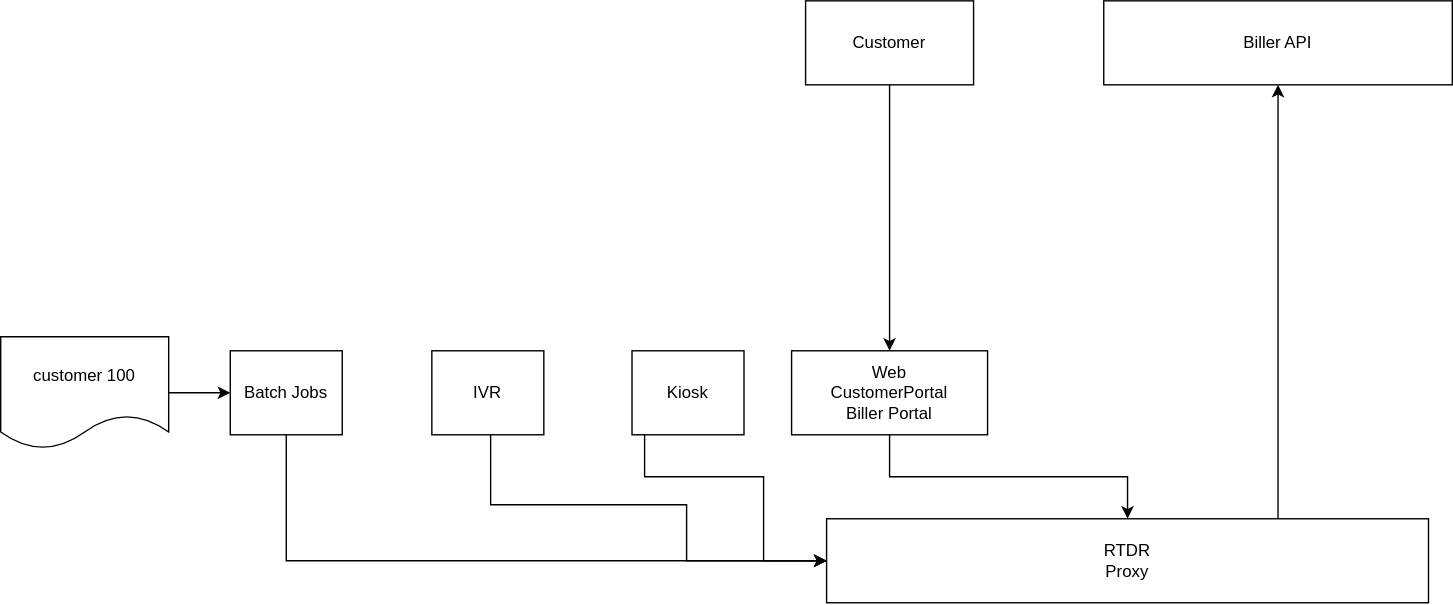
Before: rtdr.svg, a diagram exported from draw.io (vjavle/invoicecloud). Source tidied: cells renumbered, new cells last; positions are measured from the earlier drawing's top-left corner, leaving out a move shared by most shapes. Source of this version:
```xml
<mxGraphModel>
  <root>
    <mxCell id="0" />
    <mxCell id="1" parent="0" />
    <mxCell id="2" style="edgeStyle=orthogonalEdgeStyle;rounded=0;jettySize=auto;html=1;" parent="1" edge="1" source="3" target="4">
      <mxGeometry relative="1" as="geometry" />
    </mxCell>
    <mxCell id="3" value="Web&lt;br&gt;CustomerPortal&lt;br&gt;Biller Portal" style="rounded=0;whiteSpace=wrap;html=1;" parent="1" vertex="1">
      <mxGeometry x="565" y="250" width="140" height="60" as="geometry" />
    </mxCell>
    <mxCell id="4" value="RTDR&lt;br&gt;Proxy" style="rounded=0;whiteSpace=wrap;html=1;" parent="1" vertex="1">
      <mxGeometry x="590" y="370" width="430" height="60" as="geometry" />
    </mxCell>
    <mxCell id="5" style="edgeStyle=orthogonalEdgeStyle;rounded=0;jettySize=auto;html=1;entryX=0.75;entryY=0;entryDx=0;entryDy=0;startArrow=classic;startFill=1;endArrow=none;endFill=0;" parent="1" edge="1" source="6" target="4">
      <mxGeometry relative="1" as="geometry" />
    </mxCell>
    <mxCell id="6" value="Biller API" style="rounded=0;whiteSpace=wrap;html=1;" parent="1" vertex="1">
      <mxGeometry x="788" width="249" height="60" as="geometry" />
    </mxCell>
    <mxCell id="7" style="edgeStyle=orthogonalEdgeStyle;rounded=0;jettySize=auto;html=1;startArrow=none;startFill=0;endArrow=classic;endFill=1;" parent="1" edge="1" source="8" target="3">
      <mxGeometry relative="1" as="geometry" />
    </mxCell>
    <mxCell id="8" value="Customer" style="rounded=0;whiteSpace=wrap;html=1;" parent="1" vertex="1">
      <mxGeometry x="575" width="120" height="60" as="geometry" />
    </mxCell>
    <mxCell id="9" style="edgeStyle=orthogonalEdgeStyle;rounded=0;jettySize=auto;html=1;entryX=0;entryY=0.5;entryDx=0;entryDy=0;startArrow=none;startFill=0;endArrow=classic;endFill=1;" parent="1" edge="1" source="10" target="4">
      <mxGeometry relative="1" as="geometry">
        <Array as="points">
          <mxPoint x="350" y="360" />
          <mxPoint x="490" y="360" />
          <mxPoint x="490" y="400" />
        </Array>
      </mxGeometry>
    </mxCell>
    <mxCell id="10" value="IVR" style="rounded=0;whiteSpace=wrap;html=1;" parent="1" vertex="1">
      <mxGeometry x="308" y="250" width="80" height="60" as="geometry" />
    </mxCell>
    <mxCell id="11" style="edgeStyle=orthogonalEdgeStyle;rounded=0;jettySize=auto;html=1;entryX=0;entryY=0.5;entryDx=0;entryDy=0;startArrow=none;startFill=0;endArrow=classic;endFill=1;" parent="1" edge="1" source="12" target="4">
      <mxGeometry relative="1" as="geometry">
        <Array as="points">
          <mxPoint x="460" y="340" />
          <mxPoint x="545" y="340" />
          <mxPoint x="545" y="400" />
        </Array>
      </mxGeometry>
    </mxCell>
    <mxCell id="12" value="Kiosk" style="rounded=0;whiteSpace=wrap;html=1;" parent="1" vertex="1">
      <mxGeometry x="451" y="250" width="80" height="60" as="geometry" />
    </mxCell>
    <mxCell id="13" style="edgeStyle=orthogonalEdgeStyle;rounded=0;jettySize=auto;html=1;entryX=0;entryY=0.5;entryDx=0;entryDy=0;startArrow=none;startFill=0;endArrow=classic;endFill=1;exitX=0.5;exitY=1;exitDx=0;exitDy=0;" parent="1" edge="1" source="14" target="4">
      <mxGeometry relative="1" as="geometry">
        <Array as="points">
          <mxPoint x="204" y="400" />
        </Array>
      </mxGeometry>
    </mxCell>
    <mxCell id="14" value="Batch Jobs" style="rounded=0;whiteSpace=wrap;html=1;" parent="1" vertex="1">
      <mxGeometry x="164" y="250" width="80" height="60" as="geometry" />
    </mxCell>
    <mxCell id="15" style="edgeStyle=orthogonalEdgeStyle;rounded=0;jettySize=auto;html=1;entryX=0;entryY=0.5;entryDx=0;entryDy=0;startArrow=none;startFill=0;endArrow=classic;endFill=1;" parent="1" edge="1" source="16" target="14">
      <mxGeometry relative="1" as="geometry" />
    </mxCell>
    <mxCell id="16" value="customer 100" style="shape=document;whiteSpace=wrap;html=1;boundedLbl=1;" parent="1" vertex="1">
      <mxGeometry y="240" width="120" height="80" as="geometry" />
    </mxCell>
  </root>
</mxGraphModel>
```
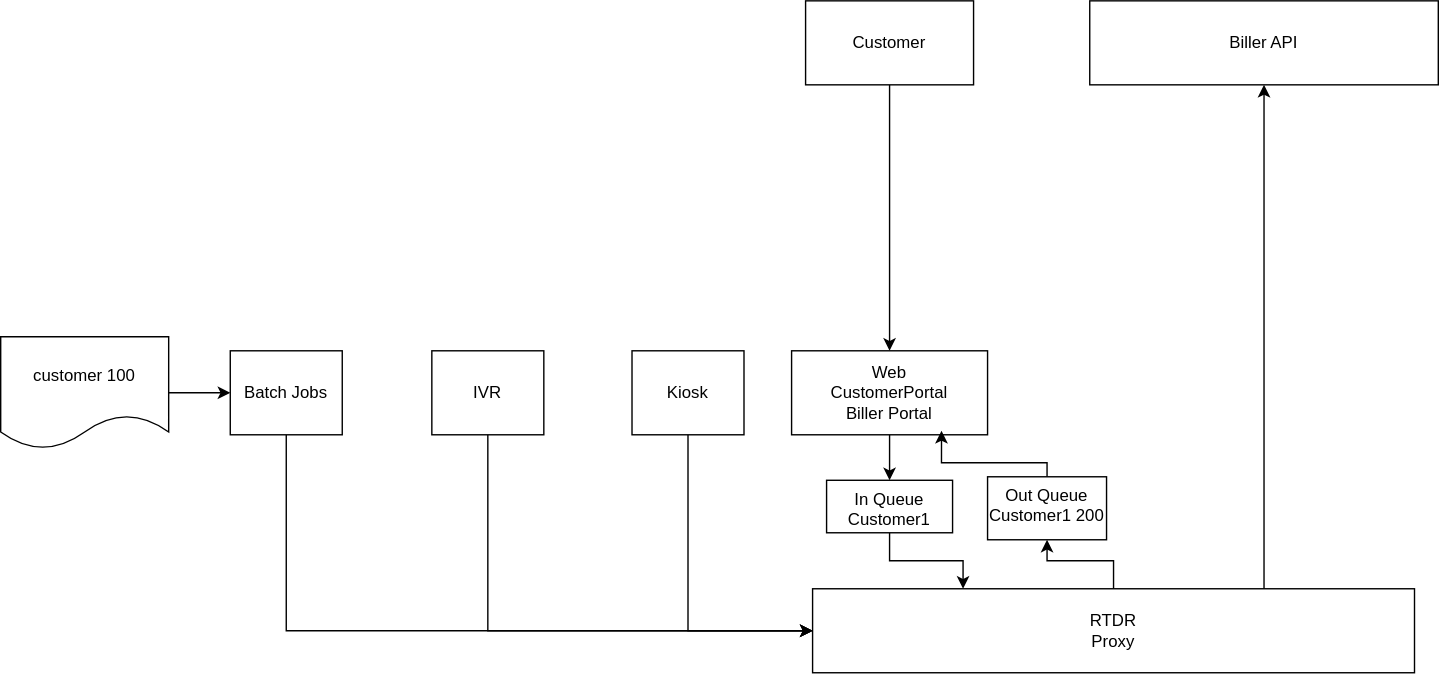
The same file after the commit.

What changed in the source:
```diff
@@ -2,20 +2,23 @@
   <root>
     <mxCell id="0" />
     <mxCell id="1" parent="0" />
-    <mxCell id="2" style="edgeStyle=orthogonalEdgeStyle;rounded=0;jettySize=auto;html=1;" parent="1" edge="1" source="3" target="4">
+    <mxCell id="2" style="edgeStyle=orthogonalEdgeStyle;rounded=0;jettySize=auto;html=1;" parent="1" edge="1" source="3" target="19">
       <mxGeometry relative="1" as="geometry" />
     </mxCell>
     <mxCell id="3" value="Web&lt;br&gt;CustomerPortal&lt;br&gt;Biller Portal" style="rounded=0;whiteSpace=wrap;html=1;" parent="1" vertex="1">
       <mxGeometry x="565" y="250" width="140" height="60" as="geometry" />
     </mxCell>
+    <mxCell id="17" style="edgeStyle=orthogonalEdgeStyle;rounded=0;jettySize=auto;html=1;startArrow=none;startFill=0;endArrow=classic;endFill=1;" parent="1" edge="1" source="4" target="21">
+      <mxGeometry relative="1" as="geometry" />
+    </mxCell>
     <mxCell id="4" value="RTDR&lt;br&gt;Proxy" style="rounded=0;whiteSpace=wrap;html=1;" parent="1" vertex="1">
-      <mxGeometry x="590" y="370" width="430" height="60" as="geometry" />
+      <mxGeometry x="580" y="420" width="430" height="60" as="geometry" />
     </mxCell>
     <mxCell id="5" style="edgeStyle=orthogonalEdgeStyle;rounded=0;jettySize=auto;html=1;entryX=0.75;entryY=0;entryDx=0;entryDy=0;startArrow=classic;startFill=1;endArrow=none;endFill=0;" parent="1" edge="1" source="6" target="4">
       <mxGeometry relative="1" as="geometry" />
     </mxCell>
     <mxCell id="6" value="Biller API" style="rounded=0;whiteSpace=wrap;html=1;" parent="1" vertex="1">
-      <mxGeometry x="788" width="249" height="60" as="geometry" />
+      <mxGeometry x="778" width="249" height="60" as="geometry" />
     </mxCell>
     <mxCell id="7" style="edgeStyle=orthogonalEdgeStyle;rounded=0;jettySize=auto;html=1;startArrow=none;startFill=0;endArrow=classic;endFill=1;" parent="1" edge="1" source="8" target="3">
       <mxGeometry relative="1" as="geometry" />
@@ -26,23 +29,15 @@
     <mxCell id="9" style="edgeStyle=orthogonalEdgeStyle;rounded=0;jettySize=auto;html=1;entryX=0;entryY=0.5;entryDx=0;entryDy=0;startArrow=none;startFill=0;endArrow=classic;endFill=1;" parent="1" edge="1" source="10" target="4">
       <mxGeometry relative="1" as="geometry">
         <Array as="points">
-          <mxPoint x="350" y="360" />
-          <mxPoint x="490" y="360" />
-          <mxPoint x="490" y="400" />
+          <mxPoint x="348" y="450" />
         </Array>
       </mxGeometry>
     </mxCell>
     <mxCell id="10" value="IVR" style="rounded=0;whiteSpace=wrap;html=1;" parent="1" vertex="1">
       <mxGeometry x="308" y="250" width="80" height="60" as="geometry" />
     </mxCell>
-    <mxCell id="11" style="edgeStyle=orthogonalEdgeStyle;rounded=0;jettySize=auto;html=1;entryX=0;entryY=0.5;entryDx=0;entryDy=0;startArrow=none;startFill=0;endArrow=classic;endFill=1;" parent="1" edge="1" source="12" target="4">
-      <mxGeometry relative="1" as="geometry">
-        <Array as="points">
-          <mxPoint x="460" y="340" />
-          <mxPoint x="545" y="340" />
-          <mxPoint x="545" y="400" />
-        </Array>
-      </mxGeometry>
+    <mxCell id="11" style="edgeStyle=orthogonalEdgeStyle;rounded=0;jettySize=auto;html=1;entryX=0;entryY=0.5;entryDx=0;entryDy=0;startArrow=none;startFill=0;endArrow=classic;endFill=1;exitX=0.5;exitY=1;exitDx=0;exitDy=0;" parent="1" edge="1" source="12" target="4">
+      <mxGeometry relative="1" as="geometry" />
     </mxCell>
     <mxCell id="12" value="Kiosk" style="rounded=0;whiteSpace=wrap;html=1;" parent="1" vertex="1">
       <mxGeometry x="451" y="250" width="80" height="60" as="geometry" />
@@ -50,7 +45,7 @@
     <mxCell id="13" style="edgeStyle=orthogonalEdgeStyle;rounded=0;jettySize=auto;html=1;entryX=0;entryY=0.5;entryDx=0;entryDy=0;startArrow=none;startFill=0;endArrow=classic;endFill=1;exitX=0.5;exitY=1;exitDx=0;exitDy=0;" parent="1" edge="1" source="14" target="4">
       <mxGeometry relative="1" as="geometry">
         <Array as="points">
-          <mxPoint x="204" y="400" />
+          <mxPoint x="204" y="450" />
         </Array>
       </mxGeometry>
     </mxCell>
@@ -63,5 +58,22 @@
     <mxCell id="16" value="customer 100" style="shape=document;whiteSpace=wrap;html=1;boundedLbl=1;" parent="1" vertex="1">
       <mxGeometry y="240" width="120" height="80" as="geometry" />
     </mxCell>
+    <mxCell id="18" style="edgeStyle=orthogonalEdgeStyle;rounded=0;jettySize=auto;html=1;entryX=0.25;entryY=0;entryDx=0;entryDy=0;startArrow=none;startFill=0;endArrow=classic;endFill=1;" parent="1" edge="1" source="19" target="4">
+      <mxGeometry relative="1" as="geometry" />
+    </mxCell>
+    <mxCell id="19" value="In Queue&lt;br&gt;Customer1" style="rounded=0;whiteSpace=wrap;html=1;verticalAlign=top;" parent="1" vertex="1">
+      <mxGeometry x="590" y="342.5" width="90" height="37.5" as="geometry" />
+    </mxCell>
+    <mxCell id="20" style="edgeStyle=orthogonalEdgeStyle;rounded=0;jettySize=auto;html=1;entryX=0.765;entryY=0.953;entryDx=0;entryDy=0;entryPerimeter=0;startArrow=none;startFill=0;endArrow=classic;endFill=1;" parent="1" edge="1" source="21" target="3">
+      <mxGeometry relative="1" as="geometry">
+        <Array as="points">
+          <mxPoint x="748" y="330" />
+          <mxPoint x="672" y="330" />
+        </Array>
+      </mxGeometry>
+    </mxCell>
+    <mxCell id="21" value="Out Queue&lt;br&gt;Customer1 200" style="rounded=0;whiteSpace=wrap;html=1;verticalAlign=top;" parent="1" vertex="1">
+      <mxGeometry x="705" y="340" width="85" height="45" as="geometry" />
+    </mxCell>
   </root>
 </mxGraphModel>
```
